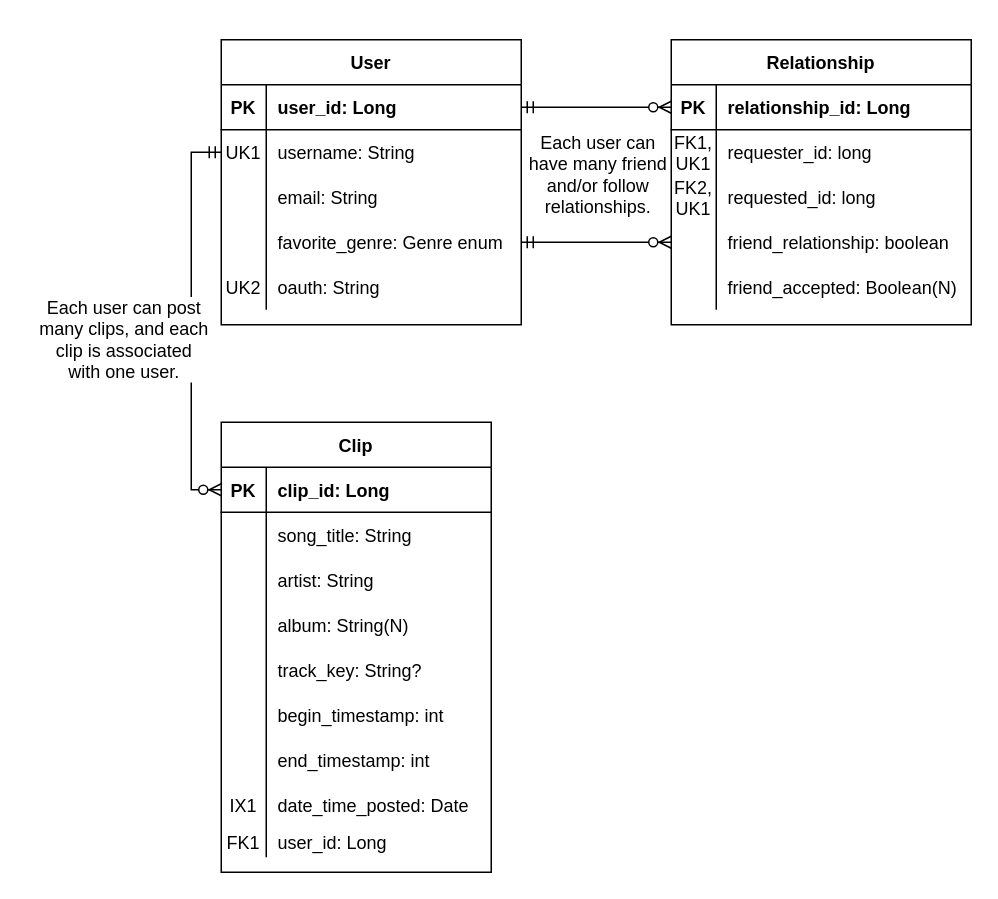
This is docs/work/erd.drawio from tunefull/tunefull.github.io, a draw.io file, before an edit. Source tidied: cells renumbered, new cells numbered last; positions are measured from the earlier drawing's top-left corner, leaving out a move shared by most shapes. Both pictures are drawn from the tidied source at 150%, with x=0, y=0 at pixel (26, 39).
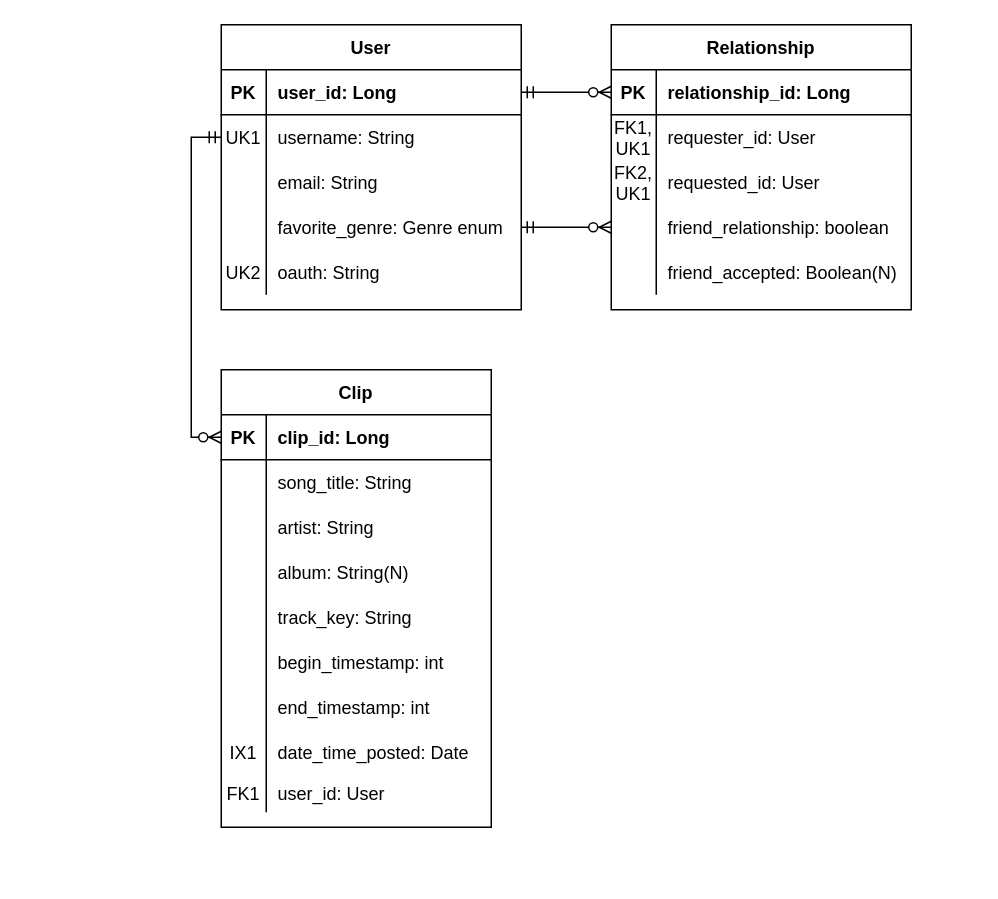
The same page after the edit.

The change refers to these unchanged cells:
```xml
<mxCell id="25" style="shape=partialRectangle;fillColor=none;top=0;left=0;bottom=0;right=0;" parent="21" vertex="1">
  <mxGeometry y="60" width="200" height="30" as="geometry" />
</mxCell>
<mxCell id="28" style="shape=partialRectangle;fillColor=none;top=0;left=0;bottom=0;right=0;" parent="21" vertex="1">
  <mxGeometry y="90" width="200" height="30" as="geometry" />
</mxCell>
<mxCell id="50" style="shape=partialRectangle;fillColor=none;top=0;left=0;bottom=0;right=0;" parent="37" vertex="1">
  <mxGeometry y="150" width="180" height="30" as="geometry" />
</mxCell>
```

Change to the diagram source:
```diff
@@
     <mxCell id="5" value="User" style="shape=table;startSize=30;childLayout=tableLayout;rowLines=0;fontStyle=1;align=center;" parent="1" vertex="1">
-      <mxGeometry x="130" width="200" height="190" as="geometry" />
+      <mxGeometry x="130" y="-10" width="200" height="190" as="geometry" />
     </mxCell>
@@
     <mxCell id="21" value="Relationship" style="shape=table;startSize=30;childLayout=tableLayout;rowLines=0;fontStyle=1;align=center;" parent="1" vertex="1">
-      <mxGeometry x="430" width="200" height="190" as="geometry" />
+      <mxGeometry x="390" y="-10" width="200" height="190" as="geometry" />
     </mxCell>
@@
-    <mxCell id="27" value="requester_id: long" style="shape=partialRectangle;fillColor=none;top=0;left=0;bottom=0;right=0;align=left;spacingLeft=6;overflow=hidden;" parent="25" vertex="1">
+    <mxCell id="27" value="requester_id: User" style="shape=partialRectangle;fillColor=none;top=0;left=0;bottom=0;right=0;align=left;spacingLeft=6;overflow=hidden;" parent="25" vertex="1">
       <mxGeometry x="30" width="170" height="30" as="geometry" />
     </mxCell>
@@
-    <mxCell id="30" value="requested_id: long" style="shape=partialRectangle;fillColor=none;top=0;left=0;bottom=0;right=0;align=left;spacingLeft=6;overflow=hidden;" parent="28" vertex="1">
+    <mxCell id="30" value="requested_id: User" style="shape=partialRectangle;fillColor=none;top=0;left=0;bottom=0;right=0;align=left;spacingLeft=6;overflow=hidden;" parent="28" vertex="1">
       <mxGeometry x="30" width="170" height="30" as="geometry" />
     </mxCell>
@@
     <mxCell id="37" value="Clip" style="shape=table;startSize=30;childLayout=tableLayout;rowLines=0;fontStyle=1;align=center;" parent="1" vertex="1">
-      <mxGeometry x="130" y="255" width="180" height="300" as="geometry" />
+      <mxGeometry x="130" y="220" width="180" height="305" as="geometry" />
     </mxCell>
@@
-    <mxCell id="52" value="track_key: String?" style="shape=partialRectangle;fillColor=none;top=0;left=0;bottom=0;right=0;align=left;spacingLeft=6;overflow=hidden;" parent="50" vertex="1">
+    <mxCell id="52" value="track_key: String" style="shape=partialRectangle;fillColor=none;top=0;left=0;bottom=0;right=0;align=left;spacingLeft=6;overflow=hidden;" parent="50" vertex="1">
       <mxGeometry x="30" width="150" height="30" as="geometry" />
     </mxCell>
@@
-    <mxCell id="62" style="shape=partialRectangle;fillColor=none;top=0;left=0;bottom=0;right=0;" parent="37" vertex="1">
-      <mxGeometry y="270" width="180" height="20" as="geometry" />
-    </mxCell>
+    <mxCell id="67" style="shape=partialRectangle;fillColor=none;top=0;left=0;bottom=0;right=0;" parent="37" vertex="1">
+      <mxGeometry y="270" width="180" height="25" as="geometry" />
+    </mxCell>
-    <mxCell id="63" value="FK1" style="shape=partialRectangle;fillColor=none;top=0;left=0;bottom=0;right=0;overflow=hidden;" parent="62" vertex="1">
-      <mxGeometry width="30" height="20" as="geometry" />
+    <mxCell id="63" value="FK1" style="shape=partialRectangle;fillColor=none;top=0;left=0;bottom=0;right=0;overflow=hidden;" parent="67" vertex="1">
+      <mxGeometry width="30" height="25" as="geometry" />
     </mxCell>
-    <mxCell id="64" value="user_id: Long" style="shape=partialRectangle;fillColor=none;top=0;left=0;bottom=0;right=0;align=left;spacingLeft=6;overflow=hidden;" parent="62" vertex="1">
-      <mxGeometry x="30" width="150" height="20" as="geometry" />
-    </mxCell>
-    <mxCell id="65" value="Each user can post&lt;br&gt;many clips, and each &lt;br&gt;clip is associated&lt;br&gt;with one user." style="text;html=1;align=center;verticalAlign=middle;labelBackgroundColor=#FFFFFF;" parent="1" vertex="1">
-      <mxGeometry y="170" width="130" height="60" as="geometry" />
-    </mxCell>
-    <mxCell id="66" value="Each user can&lt;br&gt;have many friend &lt;br&gt;and/or follow &lt;br&gt;relationships." style="text;html=1;align=center;verticalAlign=middle;" parent="1" vertex="1">
-      <mxGeometry x="326" y="60" width="110" height="60" as="geometry" />
-    </mxCell>
+    <mxCell id="68" value="user_id: User" style="shape=partialRectangle;fillColor=none;top=0;left=0;bottom=0;right=0;align=left;spacingLeft=6;overflow=hidden;" parent="67" vertex="1">
+      <mxGeometry x="30" width="150" height="25" as="geometry" />
+    </mxCell>
```
